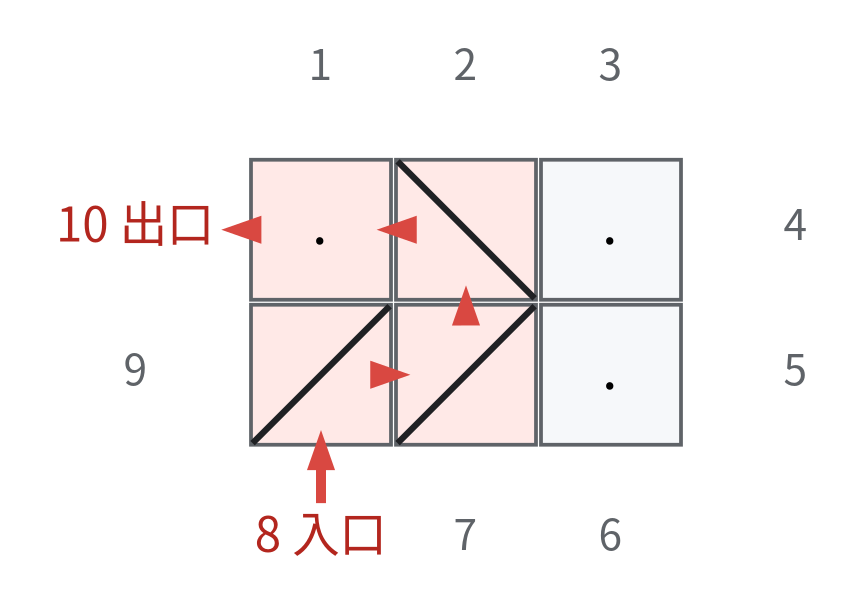
The Graphviz diagram pD/statement/sample-3-path.png in TNFSH-Programming-Contest/2026NHSPC-TNFSH-Pre, before a commit. Its source is kept beside it as pD/statement/sample-3-path.dot. Its diagram source:
```dot
digraph sample_3 {
    graph [layout=neato, overlap=true, splines=line, outputorder=nodesfirst,
           bgcolor="white", pad=0.2];
    node [fontname="Noto Sans Mono CJK TC", fontsize=22, shape=box,
          fixedsize=true, width=0.78, height=0.78, style="filled",
          fillcolor="#f6f8fa", color="#5f6368", penwidth=1.5];
    edge [color="#d94841", penwidth=4, arrowsize=0.8];

    c11 [label=".", pos="0,58!", fillcolor="#ffe9e7"];
    c12 [label="", pos="58,58!", fillcolor="#ffe9e7"];
    c13 [label=".", pos="116,58!"];
    c21 [label="", pos="0,0!", fillcolor="#ffe9e7"];
    c22 [label="", pos="58,0!", fillcolor="#ffe9e7"];
    c23 [label=".", pos="116,0!"];

    node [shape=point, fixedsize=true, width=0.01, height=0.01,
          label="", style=invis];
    c12_tl [pos="30,86!"];
    c12_br [pos="86,30!"];
    c21_bl [pos="-28,-28!"];
    c21_tr [pos="28,28!"];
    c22_bl [pos="30,-28!"];
    c22_tr [pos="86,28!"];
    c12_tl -> c12_br [color="#202124", penwidth=2.5, arrowhead=none];
    c21_bl -> c21_tr [color="#202124", penwidth=2.5, arrowhead=none];
    c22_bl -> c22_tr [color="#202124", penwidth=2.5, arrowhead=none];

    node [shape=plaintext, fixedsize=false, style="", fontsize=17,
          fontname="Noto Sans CJK TC", fontcolor="#5f6368"];
    p1  [label="1", pos="0,122!"];
    p2  [label="2", pos="58,122!"];
    p3  [label="3", pos="116,122!"];
    p4  [label="4", pos="190,58!"];
    p5  [label="5", pos="190,0!"];
    p6  [label="6", pos="116,-66!"];
    p7  [label="7", pos="58,-66!"];
    p8  [label="8 入口", pos="0,-66!", fontcolor="#b3261e", fontsize=19];
    p9  [label="9", pos="-74,0!"];
    p10 [label="10 出口", pos="-74,58!", fontcolor="#b3261e", fontsize=19];

    p8 -> c21 -> c22 -> c12 -> c11 -> p10;
}
```
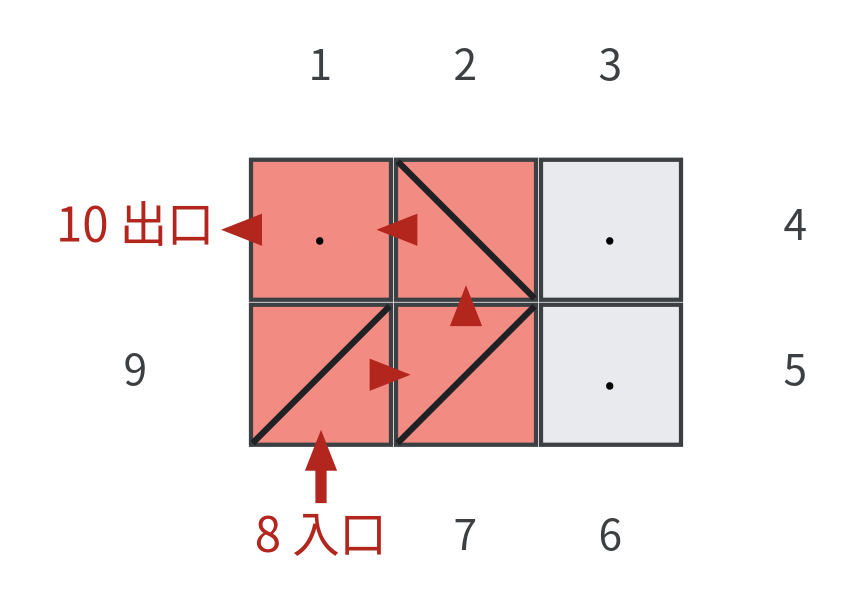
After the change.

Commit message:
pD: make color more bright

Change to the diagram source:
```diff
@@ -3,14 +3,14 @@
            bgcolor="white", pad=0.2];
     node [fontname="Noto Sans Mono CJK TC", fontsize=22, shape=box,
           fixedsize=true, width=0.78, height=0.78, style="filled",
-          fillcolor="#f6f8fa", color="#5f6368", penwidth=1.5];
-    edge [color="#d94841", penwidth=4, arrowsize=0.8];
+          fillcolor="#e8eaed", color="#3c4043", penwidth=1.7];
+    edge [color="#b3261e", penwidth=4.5, arrowsize=0.8];
 
-    c11 [label=".", pos="0,58!", fillcolor="#ffe9e7"];
-    c12 [label="", pos="58,58!", fillcolor="#ffe9e7"];
+    c11 [label=".", pos="0,58!", fillcolor="#f28b82"];
+    c12 [label="", pos="58,58!", fillcolor="#f28b82"];
     c13 [label=".", pos="116,58!"];
-    c21 [label="", pos="0,0!", fillcolor="#ffe9e7"];
-    c22 [label="", pos="58,0!", fillcolor="#ffe9e7"];
+    c21 [label="", pos="0,0!", fillcolor="#f28b82"];
+    c22 [label="", pos="58,0!", fillcolor="#f28b82"];
     c23 [label=".", pos="116,0!"];
 
     node [shape=point, fixedsize=true, width=0.01, height=0.01,
@@ -26,7 +26,7 @@
     c22_bl -> c22_tr [color="#202124", penwidth=2.5, arrowhead=none];
 
     node [shape=plaintext, fixedsize=false, style="", fontsize=17,
-          fontname="Noto Sans CJK TC", fontcolor="#5f6368"];
+          fontname="Noto Sans CJK TC", fontcolor="#3c4043"];
     p1  [label="1", pos="0,122!"];
     p2  [label="2", pos="58,122!"];
     p3  [label="3", pos="116,122!"];
```
